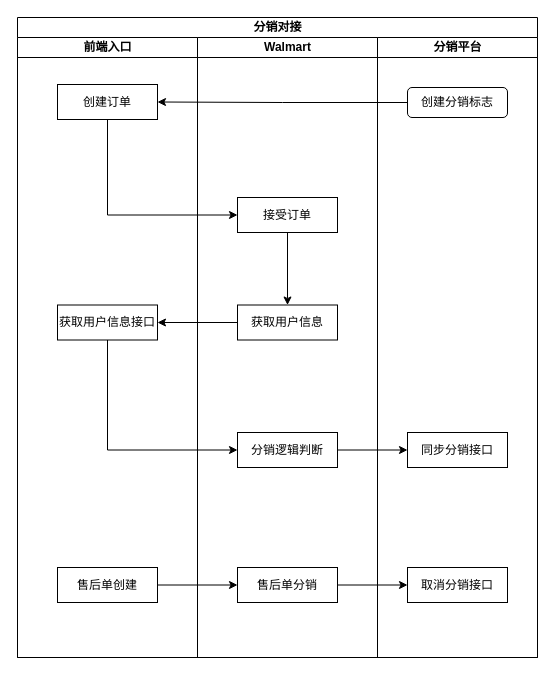
Before: work/分销.drawio in FYou/drawIo, a draw.io diagram. Source tidied: cells renumbered, new cells numbered last; positions are measured from the earlier drawing's top-left corner, leaving out a move shared by most shapes. Both pictures are drawn from the tidied source at 100%, with x=0, y=0 at pixel (17, 17).
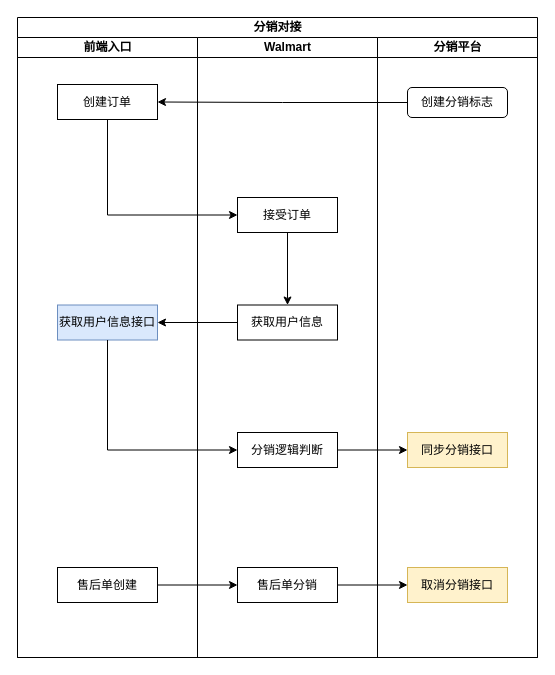
Above is the later version.

The change refers to these unchanged cells:
```xml
<mxCell id="3" value="前端入口" style="swimlane;html=1;startSize=20;" parent="2" vertex="1">
  <mxGeometry y="20" width="180" height="620" as="geometry" />
</mxCell>
<mxCell id="14" value="分销平台" style="swimlane;html=1;startSize=20;" parent="2" vertex="1">
  <mxGeometry x="360" y="20" width="160" height="620" as="geometry" />
</mxCell>
```

Change to the diagram source:
```diff
@@
-    <mxCell id="5" value="获取用户信息接口" style="rounded=0;whiteSpace=wrap;html=1;" parent="3" vertex="1">
+    <mxCell id="5" value="获取用户信息接口" style="rounded=0;whiteSpace=wrap;html=1;fillColor=#dae8fc;strokeColor=#6c8ebf;" parent="3" vertex="1">
       <mxGeometry x="40" y="267.5" width="100" height="35" as="geometry" />
     </mxCell>
@@
-    <mxCell id="16" value="同步分销接口" style="rounded=0;whiteSpace=wrap;html=1;" parent="14" vertex="1">
+    <mxCell id="16" value="同步分销接口" style="rounded=0;whiteSpace=wrap;html=1;fillColor=#fff2cc;strokeColor=#d6b656;" parent="14" vertex="1">
       <mxGeometry x="30" y="395" width="100" height="35" as="geometry" />
     </mxCell>
-    <mxCell id="17" value="取消分销接口" style="rounded=0;whiteSpace=wrap;html=1;" parent="14" vertex="1">
+    <mxCell id="17" value="取消分销接口" style="rounded=0;whiteSpace=wrap;html=1;fillColor=#fff2cc;strokeColor=#d6b656;" parent="14" vertex="1">
       <mxGeometry x="30" y="530" width="100" height="35" as="geometry" />
     </mxCell>
```
